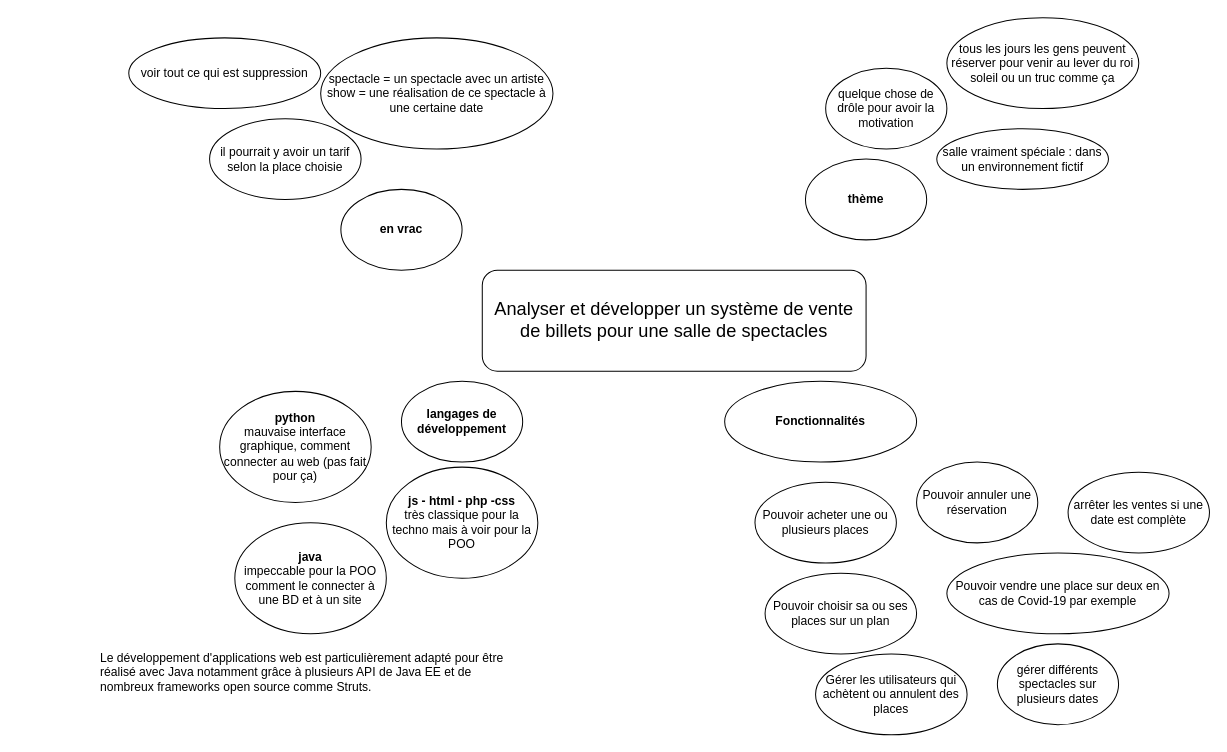
Before: page "brainstorming" (1 of 6) of analyse/Diagramme sans nom.drawio in baptisteRiviere/SpectacleHallManagement, a draw.io diagram. Source tidied: cells renumbered, new cells numbered last; positions are measured from the earlier drawing's top-left corner, leaving out a move shared by most shapes. Both pictures are drawn from the tidied source at 101%, with x=0, y=0 at pixel (98, 17).
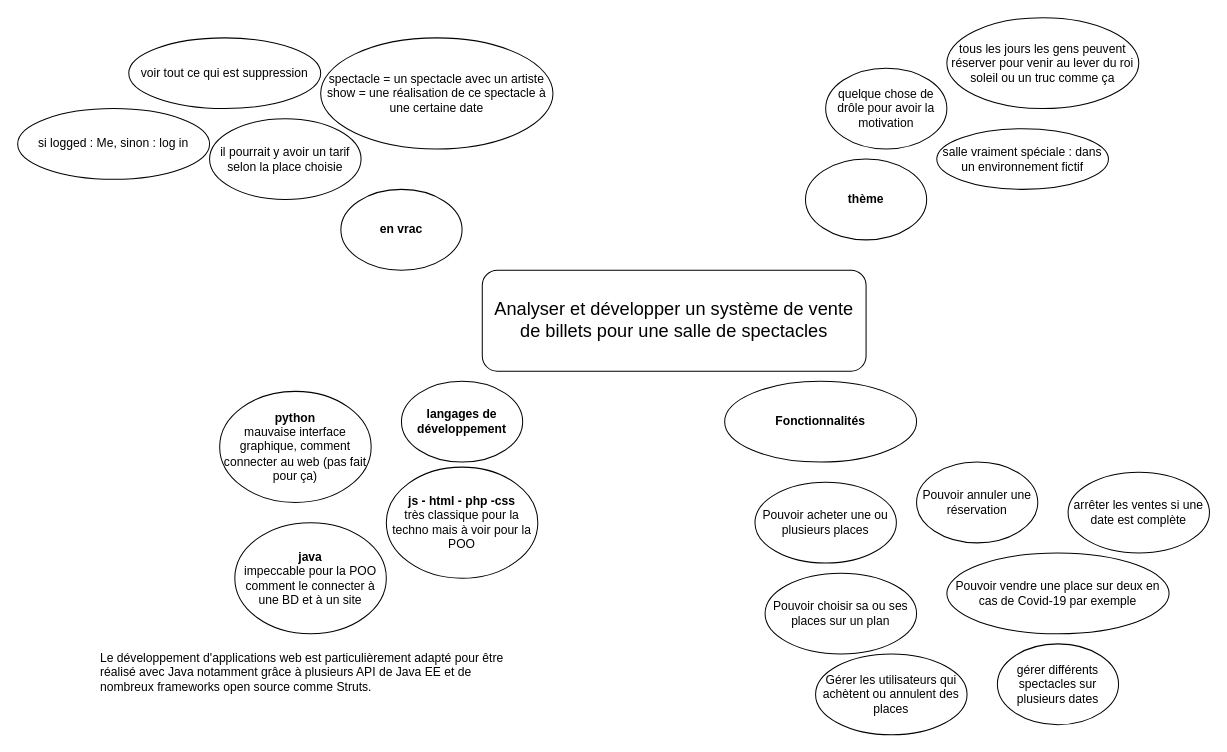
The same page after the edit.

The edit, as a diff of the source:
```diff
@@
+    <mxCell id="24" value="si logged : Me, sinon : log in" style="ellipse;whiteSpace=wrap;html=1;" parent="1" vertex="1">
+      <mxGeometry x="-80" y="90" width="190" height="70" as="geometry" />
+    </mxCell>
```
